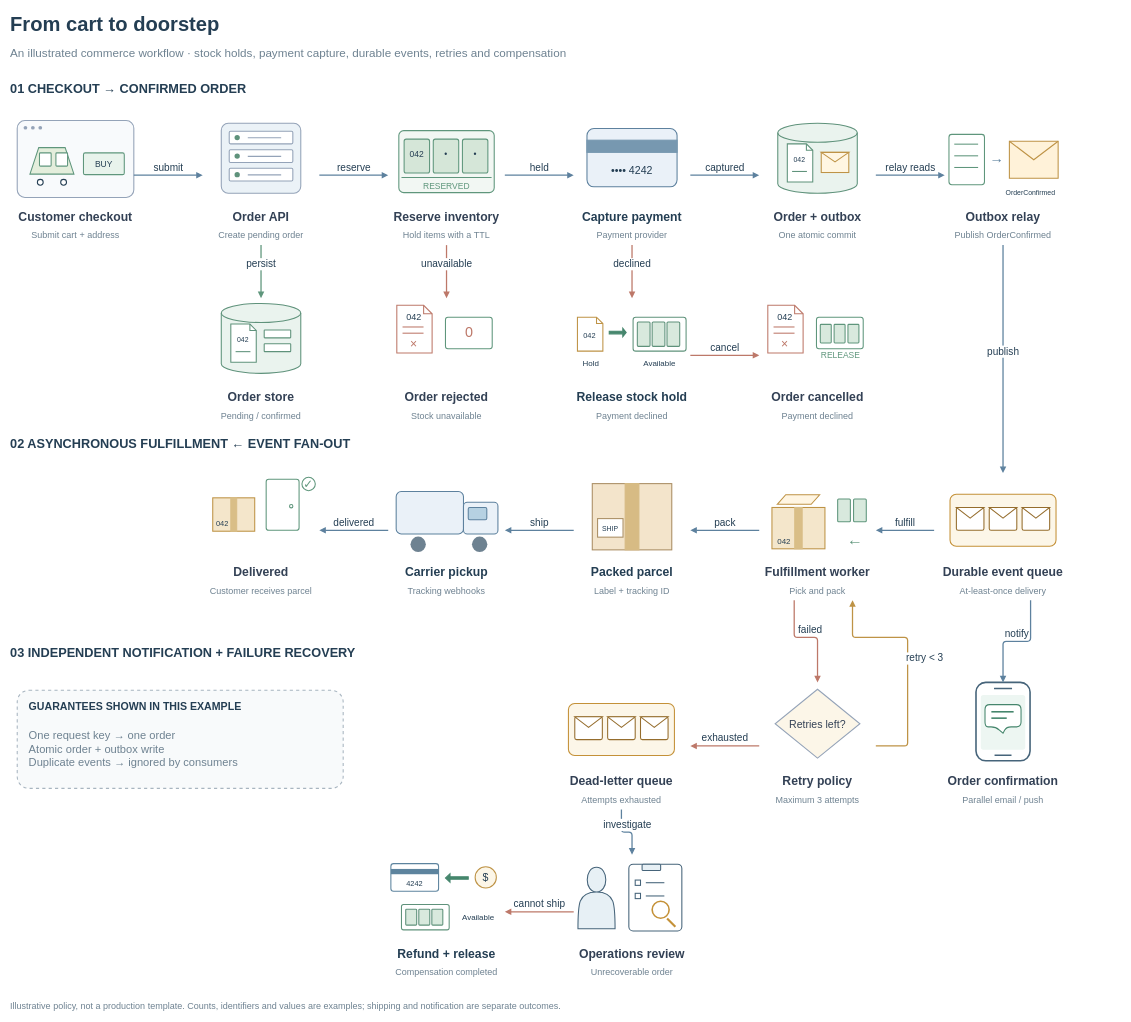
henry867/drawio-visuals-skill keeps this draw.io diagram as page "Checkout & fulfillment" (1 of 2) of examples/ecommerce-order.drawio. Above is the earlier version. Source tidied: cells renumbered, new cells numbered last; positions are measured from the earlier drawing's top-left corner, leaving out a move shared by most shapes. Both pictures are drawn from the tidied source at 53%, with x=0, y=0 at pixel (9, 9).
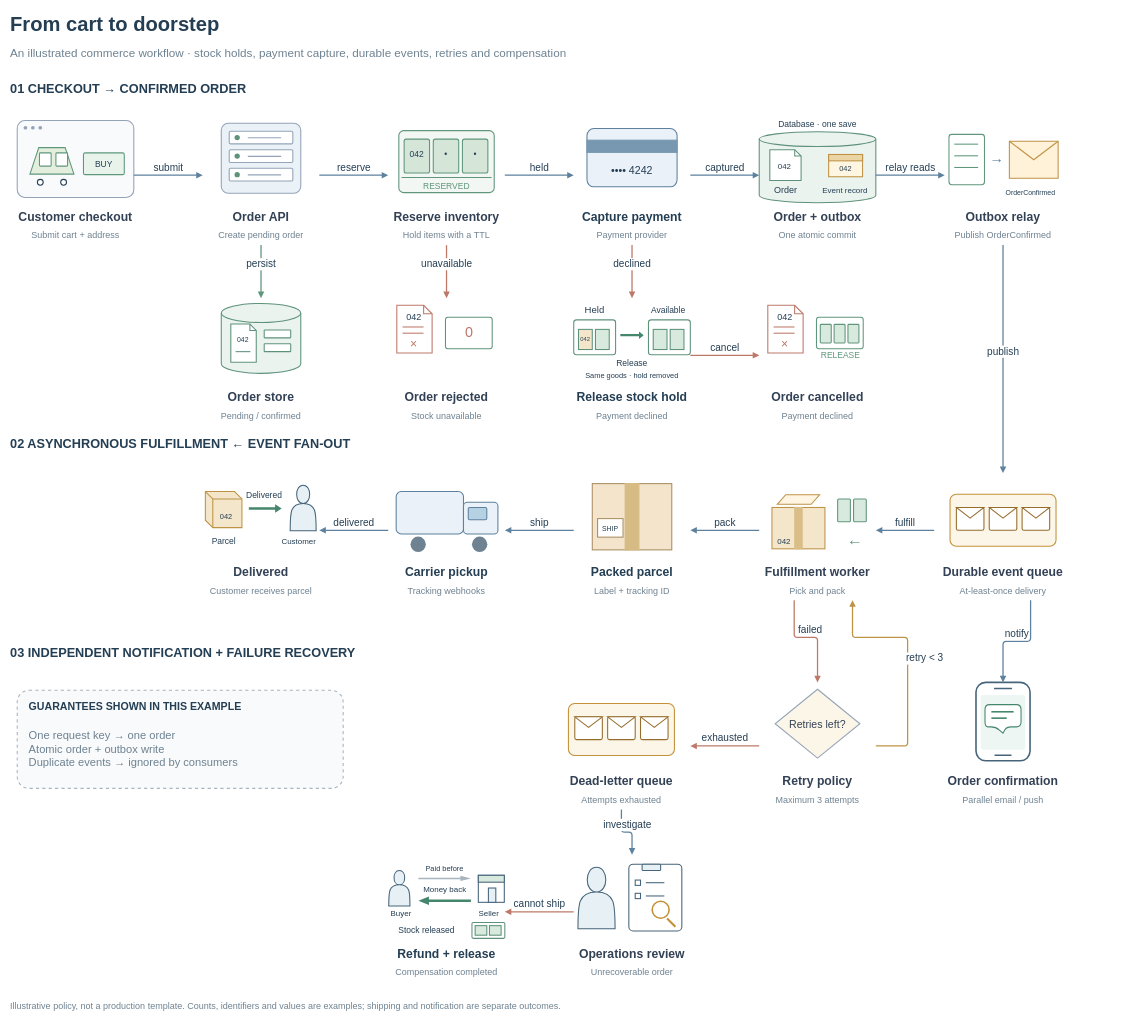
The same diagram, later.

Commit message (it also covers changes not shown here):
Clarify visual actions and preserve familiar database symbols

The change refers to these unchanged cells:
```xml
<mxCell id="34" style="group;" parent="1" vertex="1">
  <mxGeometry x="1415" y="205" width="220" height="240" as="geometry" />
</mxCell>
<mxCell id="48" style="html=1;whiteSpace=wrap;fontFamily=Helvetica;fontSize=22;fontColor=#243E53;group;" parent="1" vertex="1">
  <mxGeometry x="1065" y="545" width="220" height="240" as="geometry" />
</mxCell>
<mxCell id="72" style="group;" parent="1" vertex="1">
  <mxGeometry x="365" y="875" width="220" height="240" as="geometry" />
</mxCell>
<mxCell id="89" style="html=1;whiteSpace=wrap;fontFamily=Helvetica;fontSize=22;fontColor=#243E53;group;" parent="1" vertex="1">
  <mxGeometry x="715" y="1595" width="220" height="240" as="geometry" />
</mxCell>
```

Change to the diagram source:
```diff
@@
-    <mxCell id="35" style="html=1;whiteSpace=wrap;fontFamily=Helvetica;fontSize=20;fontColor=#334155;shape=cylinder3;size=18;fillColor=#EAF3EE;strokeColor=#5F927B;strokeWidth=2;" parent="34" vertex="1">
-      <mxGeometry x="35" y="10" width="150" height="132" as="geometry" />
-    </mxCell>
@@
-    <mxCell id="179" style="html=1;whiteSpace=wrap;fontFamily=Helvetica;fontSize=20;fontColor=#243E53;strokeWidth=2;shape=note;size=12;fillColor=#FFFFFF;strokeColor=#5F927B;" parent="35" vertex="1">
-      <mxGeometry x="18" y="39" width="48" height="72" as="geometry" />
-    </mxCell>
-    <mxCell id="180" value="042" style="html=1;whiteSpace=wrap;fontFamily=Helvetica;fontSize=20;fontColor=#243E53;strokeWidth=2;text;strokeColor=none;fillColor=none;align=center;verticalAlign=middle;fontSize=13;" parent="179" vertex="1">
-      <mxGeometry x="3" y="19" width="40" height="20" as="geometry" />
-    </mxCell>
-    <mxCell id="181" style="html=1;whiteSpace=wrap;fontFamily=Helvetica;fontSize=20;fontColor=#243E53;strokeWidth=2;fillColor=#5F927B;strokeColor=none;" parent="179" vertex="1">
-      <mxGeometry x="9" y="51" width="28" height="2" as="geometry" />
-    </mxCell>
-    <mxCell id="182" style="html=1;whiteSpace=wrap;fontFamily=Helvetica;fontSize=20;fontColor=#243E53;strokeWidth=2;fillColor=#FFF6E2;strokeColor=#BE9346;" parent="35" vertex="1">
-      <mxGeometry x="82" y="55" width="52" height="38" as="geometry" />
-    </mxCell>
-    <mxCell id="183" style="html=1;whiteSpace=wrap;fontFamily=Helvetica;fontSize=20;fontColor=#243E53;strokeWidth=2;triangle;direction=south;fillColor=#FFF6E2;strokeColor=#BE9346;" parent="182" vertex="1">
-      <mxGeometry width="52" height="18" as="geometry" />
-    </mxCell>
@@
-    <mxCell id="189" style="html=1;whiteSpace=wrap;fontFamily=Helvetica;fontSize=20;fontColor=#243E53;strokeWidth=2;shape=note;size=12;fillColor=#FFFFFF;strokeColor=#BE9346;" parent="48" vertex="1">
-      <mxGeometry x="7" y="36" width="48" height="64" as="geometry" />
-    </mxCell>
-    <mxCell id="190" value="042" style="html=1;whiteSpace=wrap;fontFamily=Helvetica;fontSize=20;fontColor=#243E53;strokeWidth=2;text;strokeColor=none;fillColor=none;align=center;verticalAlign=middle;fontSize=14;" parent="189" vertex="1">
-      <mxGeometry x="3" y="24" width="40" height="20" as="geometry" />
-    </mxCell>
-    <mxCell id="191" style="html=1;whiteSpace=wrap;fontFamily=Helvetica;fontSize=20;fontColor=#243E53;strokeWidth=2;shape=singleArrow;direction=east;fillColor=#46866D;strokeColor=#46866D;" parent="48" vertex="1">
-      <mxGeometry x="67" y="57" width="32" height="16" as="geometry" />
-    </mxCell>
-    <mxCell id="192" style="html=1;whiteSpace=wrap;fontFamily=Helvetica;fontSize=20;fontColor=#243E53;strokeWidth=2;rounded=1;arcSize=8;fillColor=#FFFFFF;strokeColor=#5F927B;" parent="48" vertex="1">
-      <mxGeometry x="112" y="36" width="100" height="64" as="geometry" />
-    </mxCell>
-    <mxCell id="193" style="html=1;whiteSpace=wrap;fontFamily=Helvetica;fontSize=20;fontColor=#243E53;strokeWidth=2;rounded=1;arcSize=8;fillColor=#D8E9DD;strokeColor=#5F927B;" parent="192" vertex="1">
-      <mxGeometry x="8" y="9" width="24" height="46" as="geometry" />
-    </mxCell>
-    <mxCell id="194" style="html=1;whiteSpace=wrap;fontFamily=Helvetica;fontSize=20;fontColor=#243E53;strokeWidth=2;rounded=1;arcSize=8;fillColor=#D8E9DD;strokeColor=#5F927B;" parent="192" vertex="1">
-      <mxGeometry x="36" y="9" width="24" height="46" as="geometry" />
-    </mxCell>
-    <mxCell id="195" style="html=1;whiteSpace=wrap;fontFamily=Helvetica;fontSize=20;fontColor=#243E53;strokeWidth=2;rounded=1;arcSize=8;fillColor=#D8E9DD;strokeColor=#5F927B;" parent="192" vertex="1">
-      <mxGeometry x="64" y="9" width="24" height="46" as="geometry" />
-    </mxCell>
-    <mxCell id="196" value="Hold" style="html=1;whiteSpace=wrap;fontFamily=Helvetica;fontSize=20;fontColor=#243E53;strokeWidth=2;text;strokeColor=none;fillColor=none;align=center;verticalAlign=middle;fontSize=15;" parent="48" vertex="1">
-      <mxGeometry y="110" width="65" height="23" as="geometry" />
-    </mxCell>
-    <mxCell id="197" value="Available" style="html=1;whiteSpace=wrap;fontFamily=Helvetica;fontSize=20;fontColor=#243E53;strokeWidth=2;text;strokeColor=none;fillColor=none;align=center;verticalAlign=middle;fontSize=15;" parent="48" vertex="1">
-      <mxGeometry x="108" y="110" width="108" height="23" as="geometry" />
-    </mxCell>
-    <mxCell id="198" style="html=1;whiteSpace=wrap;fontFamily=Helvetica;fontSize=20;fontColor=#243E53;strokeWidth=2;rounded=1;arcSize=10;fillColor=#FFFFFF;strokeColor=#5D849E;" parent="89" vertex="1">
-      <mxGeometry x="5" y="17" width="90" height="52" as="geometry" />
-    </mxCell>
-    <mxCell id="199" style="html=1;whiteSpace=wrap;fontFamily=Helvetica;fontSize=20;fontColor=#243E53;strokeWidth=2;fillColor=#5D849E;strokeColor=none;" parent="198" vertex="1">
-      <mxGeometry y="10" width="90" height="10" as="geometry" />
-    </mxCell>
-    <mxCell id="200" value="4242" style="html=1;whiteSpace=wrap;fontFamily=Helvetica;fontSize=20;fontColor=#243E53;strokeWidth=2;text;strokeColor=none;fillColor=none;align=center;verticalAlign=middle;fontSize=14;" parent="198" vertex="1">
-      <mxGeometry x="5" y="29" width="80" height="18" as="geometry" />
-    </mxCell>
-    <mxCell id="201" value="$" style="html=1;whiteSpace=wrap;fontFamily=Helvetica;fontSize=20;fontColor=#243E53;strokeWidth=2;ellipse;fillColor=#FCF6E8;strokeColor=#BE9346;" parent="89" vertex="1">
-      <mxGeometry x="164" y="23" width="40" height="40" as="geometry" />
-    </mxCell>
-    <mxCell id="202" style="html=1;whiteSpace=wrap;fontFamily=Helvetica;fontSize=20;fontColor=#243E53;strokeWidth=2;shape=singleArrow;direction=west;fillColor=#46866D;strokeColor=#46866D;" parent="89" vertex="1">
-      <mxGeometry x="108" y="36" width="43" height="16" as="geometry" />
-    </mxCell>
-    <mxCell id="203" style="html=1;whiteSpace=wrap;fontFamily=Helvetica;fontSize=20;fontColor=#243E53;strokeWidth=2;rounded=1;arcSize=8;fillColor=#FFFFFF;strokeColor=#5F927B;" parent="89" vertex="1">
-      <mxGeometry x="25" y="94" width="90" height="48" as="geometry" />
-    </mxCell>
-    <mxCell id="204" style="html=1;whiteSpace=wrap;fontFamily=Helvetica;fontSize=20;fontColor=#243E53;strokeWidth=2;rounded=1;arcSize=8;fillColor=#D8E9DD;strokeColor=#5F927B;" parent="203" vertex="1">
-      <mxGeometry x="8" y="9" width="20.7" height="30" as="geometry" />
-    </mxCell>
-    <mxCell id="205" style="html=1;whiteSpace=wrap;fontFamily=Helvetica;fontSize=20;fontColor=#243E53;strokeWidth=2;rounded=1;arcSize=8;fillColor=#D8E9DD;strokeColor=#5F927B;" parent="203" vertex="1">
-      <mxGeometry x="32.7" y="9" width="20.7" height="30" as="geometry" />
-    </mxCell>
-    <mxCell id="206" style="html=1;whiteSpace=wrap;fontFamily=Helvetica;fontSize=20;fontColor=#243E53;strokeWidth=2;rounded=1;arcSize=8;fillColor=#D8E9DD;strokeColor=#5F927B;" parent="203" vertex="1">
-      <mxGeometry x="57.3" y="9" width="20.7" height="30" as="geometry" />
-    </mxCell>
-    <mxCell id="207" value="Available" style="html=1;whiteSpace=wrap;fontFamily=Helvetica;fontSize=20;fontColor=#243E53;strokeWidth=2;text;strokeColor=none;fillColor=none;align=center;verticalAlign=middle;fontSize=15;" parent="89" vertex="1">
-      <mxGeometry x="125" y="100" width="90" height="35" as="geometry" />
-    </mxCell>
-    <mxCell id="208" style="html=1;whiteSpace=wrap;fontFamily=Helvetica;fontSize=16;fontColor=#243E53;strokeWidth=2;rounded=1;arcSize=8;strokeColor=#5F967C;fillColor=#FFFFFF;" parent="72" vertex="1">
-      <mxGeometry x="119.7" y="11.7" width="62.1" height="96.3" as="geometry" />
-    </mxCell>
-    <mxCell id="209" style="html=1;whiteSpace=wrap;fontFamily=Helvetica;fontSize=16;fontColor=#243E53;strokeWidth=2;ellipse;fillColor=#FFFFFF;strokeColor=#5F967C;fontColor=#5F967C;fontSize=22;" parent="208" vertex="1">
-      <mxGeometry x="44.1" y="47.7" width="6.3" height="6.3" as="geometry" />
-    </mxCell>
-    <mxCell id="210" style="html=1;whiteSpace=wrap;fontFamily=Helvetica;fontSize=16;fontColor=#243E53;strokeWidth=2;rounded=1;arcSize=8;strokeColor=#BE9346;fillColor=#F4E6CB;rounded=0;" parent="72" vertex="1">
-      <mxGeometry x="18.9" y="46.8" width="79.2" height="63" as="geometry" />
-    </mxCell>
-    <mxCell id="211" style="html=1;whiteSpace=wrap;fontFamily=Helvetica;fontSize=16;fontColor=#243E53;strokeWidth=2;rounded=1;arcSize=8;strokeColor=#D9BE87;fillColor=#D9BE87;rounded=0;" parent="210" vertex="1">
-      <mxGeometry x="34.1" width="11.1" height="63" as="geometry" />
-    </mxCell>
-    <mxCell id="212" value="042" style="html=1;whiteSpace=wrap;fontFamily=Helvetica;fontSize=16;fontColor=#243E53;strokeWidth=2;text;strokeColor=none;fillColor=none;fontSize=15;fontColor=#243E53;fontSize=14;align=center;verticalAlign=middle;spacing=0;" parent="210" vertex="1">
-      <mxGeometry x="4.5" y="39.6" width="27.8" height="18.9" as="geometry" />
-    </mxCell>
-    <mxCell id="213" value="✓" style="html=1;whiteSpace=wrap;fontFamily=Helvetica;fontSize=16;fontColor=#243E53;strokeWidth=2;ellipse;fillColor=#FFFFFF;strokeColor=#5F967C;fontColor=#5F967C;fontSize=22;" parent="72" vertex="1">
-      <mxGeometry x="187.2" y="8.1" width="25.2" height="25.2" as="geometry" />
-    </mxCell>
@@
+    <mxCell id="231" style="html=1;whiteSpace=wrap;fontFamily=Helvetica;fontSize=20;fontColor=#243E53;strokeWidth=2;rounded=1;arcSize=8;fillColor=#FFFFFF;strokeColor=#5F927B;" parent="48" vertex="1">
+      <mxGeometry y="41" width="79" height="66" as="geometry" />
+    </mxCell>
+    <mxCell id="232" style="html=1;whiteSpace=wrap;fontFamily=Helvetica;fontSize=20;fontColor=#243E53;strokeWidth=2;rounded=0;fillColor=#F4E6CB;strokeColor=#5F927B;" parent="231" vertex="1">
+      <mxGeometry x="9" y="18" width="26" height="38" as="geometry" />
+    </mxCell>
+    <mxCell id="233" style="html=1;whiteSpace=wrap;fontFamily=Helvetica;fontSize=20;fontColor=#243E53;strokeWidth=2;rounded=0;fillColor=#D8E9DD;strokeColor=#5F927B;" parent="231" vertex="1">
+      <mxGeometry x="41" y="18" width="26" height="38" as="geometry" />
+    </mxCell>
+    <mxCell id="234" value="042" style="html=1;whiteSpace=wrap;fontFamily=Helvetica;fontSize=20;fontColor=#243E53;strokeWidth=2;text;strokeColor=none;fillColor=none;align=center;verticalAlign=middle;fontSize=11;" parent="232" vertex="1">
+      <mxGeometry x="1" y="10" width="24" height="18" as="geometry" />
+    </mxCell>
+    <mxCell id="235" style="html=1;whiteSpace=wrap;fontFamily=Helvetica;fontSize=20;fontColor=#243E53;strokeWidth=2;rounded=1;arcSize=8;fillColor=#FFFFFF;strokeColor=#5F927B;" parent="48" vertex="1">
+      <mxGeometry x="141" y="41" width="79" height="66" as="geometry" />
+    </mxCell>
+    <mxCell id="236" style="html=1;whiteSpace=wrap;fontFamily=Helvetica;fontSize=20;fontColor=#243E53;strokeWidth=2;rounded=0;fillColor=#D8E9DD;strokeColor=#5F927B;" parent="235" vertex="1">
+      <mxGeometry x="9" y="18" width="26" height="38" as="geometry" />
+    </mxCell>
+    <mxCell id="237" style="html=1;whiteSpace=wrap;fontFamily=Helvetica;fontSize=20;fontColor=#243E53;strokeWidth=2;rounded=0;fillColor=#D8E9DD;strokeColor=#5F927B;" parent="235" vertex="1">
+      <mxGeometry x="41" y="18" width="26" height="38" as="geometry" />
+    </mxCell>
+    <mxCell id="238" value="Held" style="html=1;whiteSpace=wrap;fontFamily=Helvetica;fontSize=20;fontColor=#243E53;strokeWidth=2;text;strokeColor=none;fillColor=none;align=center;verticalAlign=middle;fontSize=18;" parent="48" vertex="1">
+      <mxGeometry y="9" width="79" height="25" as="geometry" />
+    </mxCell>
+    <mxCell id="239" value="Available" style="html=1;whiteSpace=wrap;fontFamily=Helvetica;fontSize=20;fontColor=#243E53;strokeWidth=2;text;strokeColor=none;fillColor=none;align=center;verticalAlign=middle;fontSize=16;" parent="48" vertex="1">
+      <mxGeometry x="137" y="9" width="83" height="25" as="geometry" />
+    </mxCell>
+    <mxCell id="240" style="html=1;whiteSpace=wrap;fontFamily=Helvetica;fontSize=20;fontColor=#243E53;strokeWidth=2;shape=singleArrow;direction=east;fillColor=#46866D;strokeColor=none;" parent="48" vertex="1">
+      <mxGeometry x="88" y="63" width="44" height="14" as="geometry" />
+    </mxCell>
+    <mxCell id="241" value="Release" style="html=1;whiteSpace=wrap;fontFamily=Helvetica;fontSize=20;fontColor=#243E53;strokeWidth=2;text;strokeColor=none;fillColor=none;align=center;verticalAlign=middle;fontSize=16;" parent="48" vertex="1">
+      <mxGeometry x="78" y="110" width="64" height="23" as="geometry" />
+    </mxCell>
+    <mxCell id="242" value="Same goods · hold removed" style="html=1;whiteSpace=wrap;fontFamily=Helvetica;fontSize=20;fontColor=#243E53;strokeWidth=2;text;strokeColor=none;fillColor=none;align=center;verticalAlign=middle;fontSize=14;" parent="48" vertex="1">
+      <mxGeometry y="136" width="220" height="22" as="geometry" />
+    </mxCell>
+    <mxCell id="243" style="html=1;whiteSpace=wrap;fontFamily=Helvetica;fontSize=20;fontColor=#243E53;strokeWidth=2;shape=actor;fillColor=#E7F0F5;strokeColor=#46647A;" parent="89" vertex="1">
+      <mxGeometry x="1" y="30" width="40" height="67" as="geometry" />
+    </mxCell>
+    <mxCell id="244" style="html=1;whiteSpace=wrap;fontFamily=Helvetica;fontSize=20;fontColor=#243E53;strokeWidth=2;rounded=0;fillColor=#FFFFFF;strokeColor=#46647A;" parent="89" vertex="1">
+      <mxGeometry x="170" y="39" width="49" height="51" as="geometry" />
+    </mxCell>
+    <mxCell id="245" style="html=1;whiteSpace=wrap;fontFamily=Helvetica;fontSize=20;fontColor=#243E53;strokeWidth=2;rounded=0;fillColor=#D8E9DD;strokeColor=#46647A;" parent="244" vertex="1">
+      <mxGeometry width="49" height="13" as="geometry" />
+    </mxCell>
+    <mxCell id="246" style="html=1;whiteSpace=wrap;fontFamily=Helvetica;fontSize=20;fontColor=#243E53;strokeWidth=2;fillColor=#E7F0F5;strokeColor=#46647A;" parent="244" vertex="1">
+      <mxGeometry x="19" y="24" width="14" height="27" as="geometry" />
+    </mxCell>
+    <mxCell id="247" value="Buyer" style="html=1;whiteSpace=wrap;fontFamily=Helvetica;fontSize=20;fontColor=#243E53;strokeWidth=2;text;strokeColor=none;fillColor=none;align=center;verticalAlign=middle;fontSize=15;" parent="89" vertex="1">
+      <mxGeometry y="98" width="49" height="24" as="geometry" />
+    </mxCell>
+    <mxCell id="248" value="Seller" style="html=1;whiteSpace=wrap;fontFamily=Helvetica;fontSize=20;fontColor=#243E53;strokeWidth=2;text;strokeColor=none;fillColor=none;align=center;verticalAlign=middle;fontSize=15;" parent="89" vertex="1">
+      <mxGeometry x="160" y="98" width="60" height="24" as="geometry" />
+    </mxCell>
+    <mxCell id="249" style="html=1;whiteSpace=wrap;fontFamily=Helvetica;fontSize=20;fontColor=#243E53;strokeWidth=2;shape=singleArrow;direction=east;fillColor=#A9B5BE;strokeColor=none;" parent="89" vertex="1">
+      <mxGeometry x="57" y="40" width="99" height="10" as="geometry" />
+    </mxCell>
+    <mxCell id="250" value="Paid before" style="html=1;whiteSpace=wrap;fontFamily=Helvetica;fontSize=20;fontColor=#243E53;strokeWidth=2;text;strokeColor=none;fillColor=none;align=center;verticalAlign=middle;fontSize=14;" parent="89" vertex="1">
+      <mxGeometry x="61" y="15" width="91" height="23" as="geometry" />
+    </mxCell>
+    <mxCell id="202" style="html=1;whiteSpace=wrap;fontFamily=Helvetica;fontSize=20;fontColor=#243E53;strokeWidth=2;shape=singleArrow;direction=west;fillColor=#46866D;strokeColor=none;" parent="89" vertex="1">
+      <mxGeometry x="57" y="79" width="99" height="16" as="geometry" />
+    </mxCell>
+    <mxCell id="251" value="Money back" style="html=1;whiteSpace=wrap;fontFamily=Helvetica;fontSize=20;fontColor=#243E53;strokeWidth=2;text;strokeColor=none;fillColor=none;align=center;verticalAlign=middle;fontSize=15;" parent="89" vertex="1">
+      <mxGeometry x="59" y="53" width="96" height="23" as="geometry" />
+    </mxCell>
+    <mxCell id="203" style="html=1;whiteSpace=wrap;fontFamily=Helvetica;fontSize=20;fontColor=#243E53;strokeWidth=2;rounded=1;arcSize=8;fillColor=#FFFFFF;strokeColor=#5F927B;" parent="89" vertex="1">
+      <mxGeometry x="158" y="128" width="62" height="30" as="geometry" />
+    </mxCell>
+    <mxCell id="252" style="html=1;whiteSpace=wrap;fontFamily=Helvetica;fontSize=20;fontColor=#243E53;strokeWidth=2;fillColor=#D8E9DD;strokeColor=#5F927B;" parent="203" vertex="1">
+      <mxGeometry x="6" y="6" width="22" height="18" as="geometry" />
+    </mxCell>
+    <mxCell id="253" style="html=1;whiteSpace=wrap;fontFamily=Helvetica;fontSize=20;fontColor=#243E53;strokeWidth=2;fillColor=#D8E9DD;strokeColor=#5F927B;" parent="203" vertex="1">
+      <mxGeometry x="33" y="6" width="22" height="18" as="geometry" />
+    </mxCell>
+    <mxCell id="254" value="Stock released" style="html=1;whiteSpace=wrap;fontFamily=Helvetica;fontSize=20;fontColor=#243E53;strokeWidth=2;text;strokeColor=none;fillColor=none;align=center;verticalAlign=middle;fontSize=16;" parent="89" vertex="1">
+      <mxGeometry y="131" width="145" height="23" as="geometry" />
+    </mxCell>
+    <mxCell id="255" style="html=1;whiteSpace=wrap;fontFamily=Helvetica;fontSize=20;fontColor=#243E53;strokeWidth=2;shape=cube;size=14;fillColor=#F4E6CB;strokeColor=#BE9346;" parent="72" vertex="1">
+      <mxGeometry x="5" y="35" width="69" height="68" as="geometry" />
+    </mxCell>
+    <mxCell id="256" value="042" style="html=1;whiteSpace=wrap;fontFamily=Helvetica;fontSize=20;fontColor=#243E53;strokeWidth=2;text;strokeColor=none;fillColor=none;align=center;verticalAlign=middle;fontSize=14;" parent="255" vertex="1">
+      <mxGeometry x="20" y="37" width="39" height="22" as="geometry" />
+    </mxCell>
+    <mxCell id="257" style="html=1;whiteSpace=wrap;fontFamily=Helvetica;fontSize=20;fontColor=#243E53;strokeWidth=2;shape=actor;fillColor=#E7F0F5;strokeColor=#46647A;" parent="72" vertex="1">
+      <mxGeometry x="165" y="23" width="49" height="86" as="geometry" />
+    </mxCell>
+    <mxCell id="258" style="html=1;whiteSpace=wrap;fontFamily=Helvetica;fontSize=20;fontColor=#243E53;strokeWidth=2;shape=singleArrow;direction=east;fillColor=#46866D;strokeColor=none;" parent="72" vertex="1">
+      <mxGeometry x="87" y="59" width="62" height="16" as="geometry" />
+    </mxCell>
+    <mxCell id="259" value="Delivered" style="html=1;whiteSpace=wrap;fontFamily=Helvetica;fontSize=20;fontColor=#243E53;strokeWidth=2;text;strokeColor=none;fillColor=none;align=center;verticalAlign=middle;fontSize=16;" parent="72" vertex="1">
+      <mxGeometry x="76" y="28" width="80" height="25" as="geometry" />
+    </mxCell>
+    <mxCell id="260" value="Parcel" style="html=1;whiteSpace=wrap;fontFamily=Helvetica;fontSize=20;fontColor=#243E53;strokeWidth=2;text;strokeColor=none;fillColor=none;align=center;verticalAlign=middle;fontSize=16;" parent="72" vertex="1">
+      <mxGeometry y="115" width="80" height="25" as="geometry" />
+    </mxCell>
+    <mxCell id="261" value="Customer" style="html=1;whiteSpace=wrap;fontFamily=Helvetica;fontSize=20;fontColor=#243E53;strokeWidth=2;text;strokeColor=none;fillColor=none;align=center;verticalAlign=middle;fontSize=15;" parent="72" vertex="1">
+      <mxGeometry x="143" y="115" width="77" height="25" as="geometry" />
+    </mxCell>
+    <mxCell id="262" style="html=1;whiteSpace=wrap;fontFamily=Helvetica;fontSize=20;fontColor=#243E53;strokeWidth=2;rounded=1;arcSize=8;fillColor=#EAF3EE;strokeColor=#5F927B;shape=cylinder3;size=14;rounded=0;" parent="34" vertex="1">
+      <mxGeometry y="26" width="220" height="134" as="geometry" />
+    </mxCell>
+    <mxCell id="263" value="Database · one save" style="html=1;whiteSpace=wrap;fontFamily=Helvetica;fontSize=20;fontColor=#243E53;strokeWidth=2;text;strokeColor=none;fillColor=none;align=center;verticalAlign=middle;fontSize=17;fontSize=16;" parent="34" vertex="1">
+      <mxGeometry width="220" height="23" as="geometry" />
+    </mxCell>
+    <mxCell id="264" style="html=1;whiteSpace=wrap;fontFamily=Helvetica;fontSize=20;fontColor=#243E53;strokeWidth=2;shape=note;size=12;fillColor=#FFFFFF;strokeColor=#5F927B;" parent="262" vertex="1">
+      <mxGeometry x="20" y="34" width="59" height="58" as="geometry" />
+    </mxCell>
+    <mxCell id="265" value="042" style="html=1;whiteSpace=wrap;fontFamily=Helvetica;fontSize=20;fontColor=#243E53;strokeWidth=2;text;strokeColor=none;fillColor=none;align=center;verticalAlign=middle;fontSize=15;" parent="264" vertex="1">
+      <mxGeometry x="5" y="20" width="46" height="20" as="geometry" />
+    </mxCell>
+    <mxCell id="182" style="html=1;whiteSpace=wrap;fontFamily=Helvetica;fontSize=20;fontColor=#243E53;strokeWidth=2;fillColor=#FFF6E2;strokeColor=#BE9346;" parent="262" vertex="1">
+      <mxGeometry x="131" y="43" width="64" height="42" as="geometry" />
+    </mxCell>
+    <mxCell id="266" style="html=1;whiteSpace=wrap;fontFamily=Helvetica;fontSize=20;fontColor=#243E53;strokeWidth=2;fillColor=#EBD5A4;strokeColor=#BE9346;" parent="182" vertex="1">
+      <mxGeometry width="64" height="12" as="geometry" />
+    </mxCell>
+    <mxCell id="267" value="042" style="html=1;whiteSpace=wrap;fontFamily=Helvetica;fontSize=20;fontColor=#243E53;strokeWidth=2;text;strokeColor=none;fillColor=none;align=center;verticalAlign=middle;fontSize=14;" parent="182" vertex="1">
+      <mxGeometry x="5" y="15" width="54" height="22" as="geometry" />
+    </mxCell>
+    <mxCell id="268" value="Order" style="html=1;whiteSpace=wrap;fontFamily=Helvetica;fontSize=20;fontColor=#243E53;strokeWidth=2;text;strokeColor=none;fillColor=none;align=center;verticalAlign=middle;fontSize=17;" parent="262" vertex="1">
+      <mxGeometry x="4" y="99" width="92" height="24" as="geometry" />
+    </mxCell>
+    <mxCell id="269" value="Event record" style="html=1;whiteSpace=wrap;fontFamily=Helvetica;fontSize=20;fontColor=#243E53;strokeWidth=2;text;strokeColor=none;fillColor=none;align=center;verticalAlign=middle;fontSize=15;" parent="262" vertex="1">
+      <mxGeometry x="112" y="99" width="100" height="24" as="geometry" />
+    </mxCell>
```
